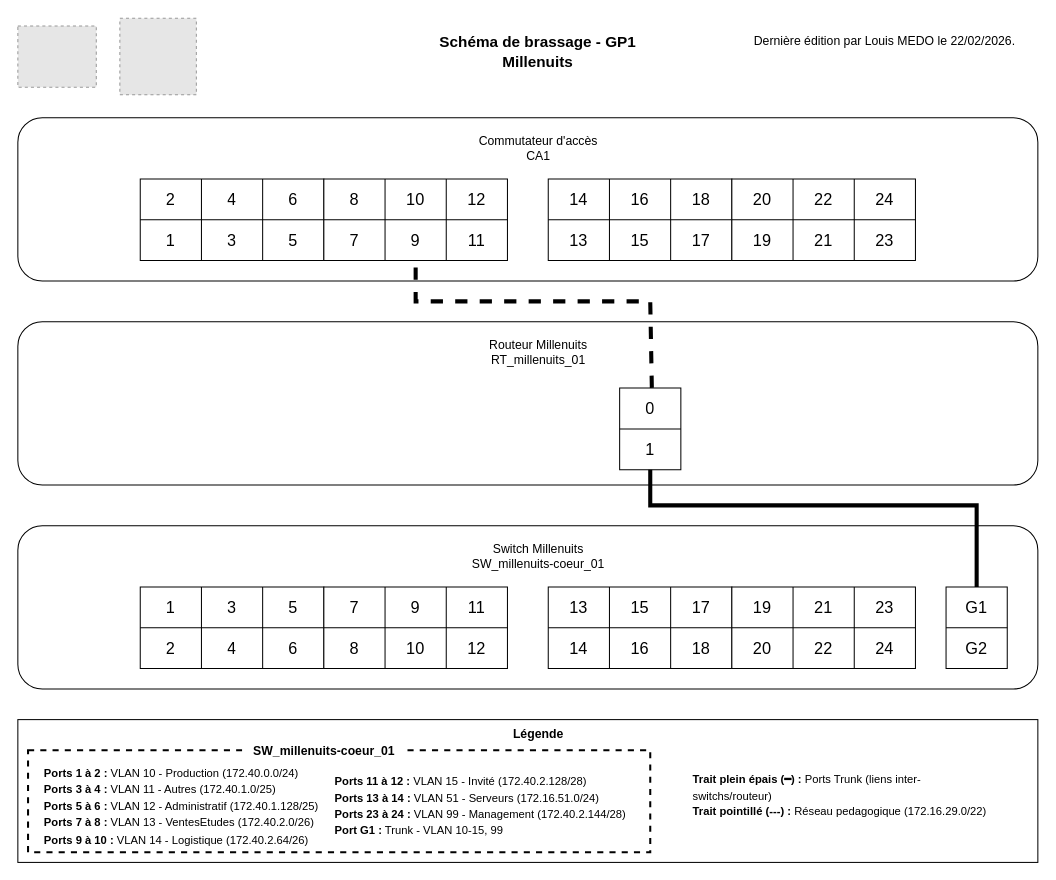
AP-BTS-SIO-Louis/millenuits keeps this draw.io diagram as page "Sans couleurs" (1 of 2) of docs_millenuits/docs/ressources/schémas/Schéma de brassage - Millenuits GP1.drawio. Above is the earlier version. Source tidied: cells renumbered, new cells numbered last; positions are measured from the earlier drawing's top-left corner, leaving out a move shared by most shapes. Both pictures are drawn from the tidied source at 102%, with x=0, y=0 at pixel (17, 17). Pictures stored in the file or linked from it are replaced by grey dashed boxes.
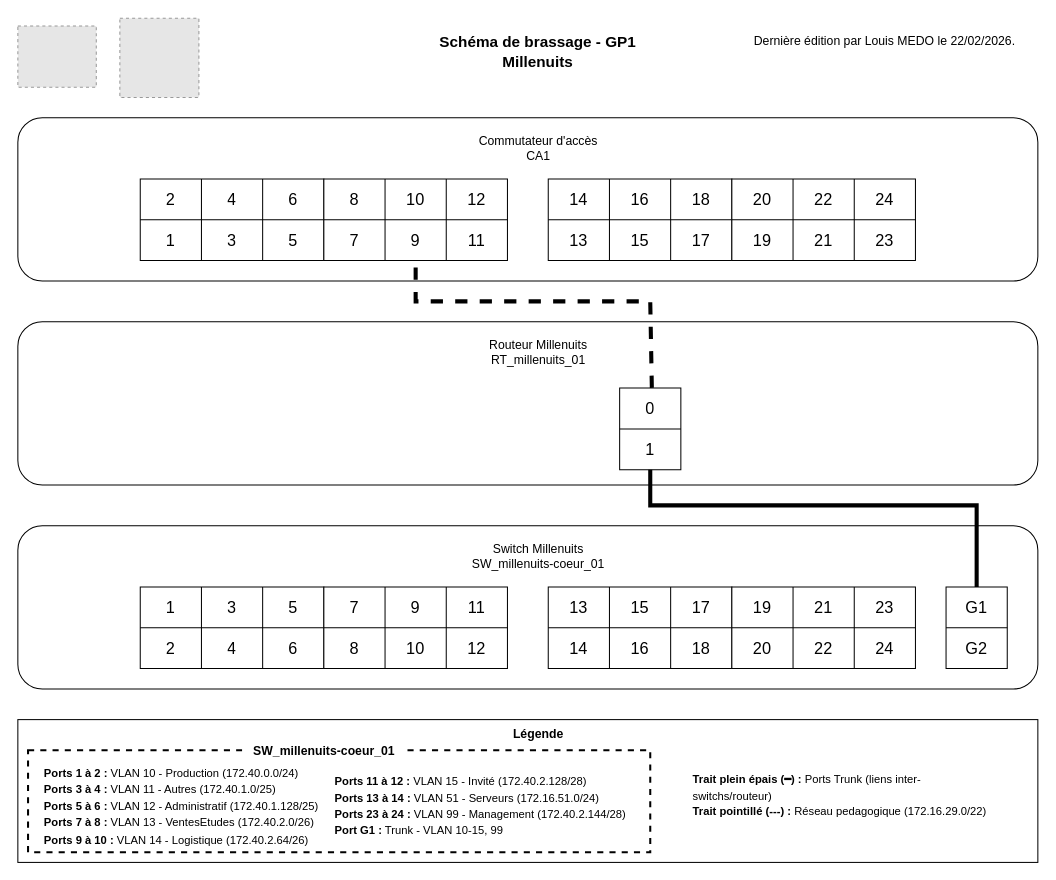
Above is the later version.

Commit message (it also covers changes not shown here):
ressources: changement d'adresse pour le qr code schéma brassage

What changed in the source:
```diff
@@
+    <mxCell id="103" style="fillColor=#E6E6E6;strokeColor=#999999;dashed=1;verticalLabelPosition=bottom;labelBackgroundColor=default;verticalAlign=top;" parent="1" vertex="1">
+      <mxGeometry x="100" y="0.5" width="77.5" height="77.5" as="geometry" />
+    </mxCell>
@@
-    <mxCell id="101" style="fillColor=#E6E6E6;strokeColor=#999999;dashed=1;verticalLabelPosition=bottom;labelBackgroundColor=default;verticalAlign=top;" parent="1" vertex="1">
-      <mxGeometry x="100" y="0.5" width="75" height="75" as="geometry" />
-    </mxCell>
```
